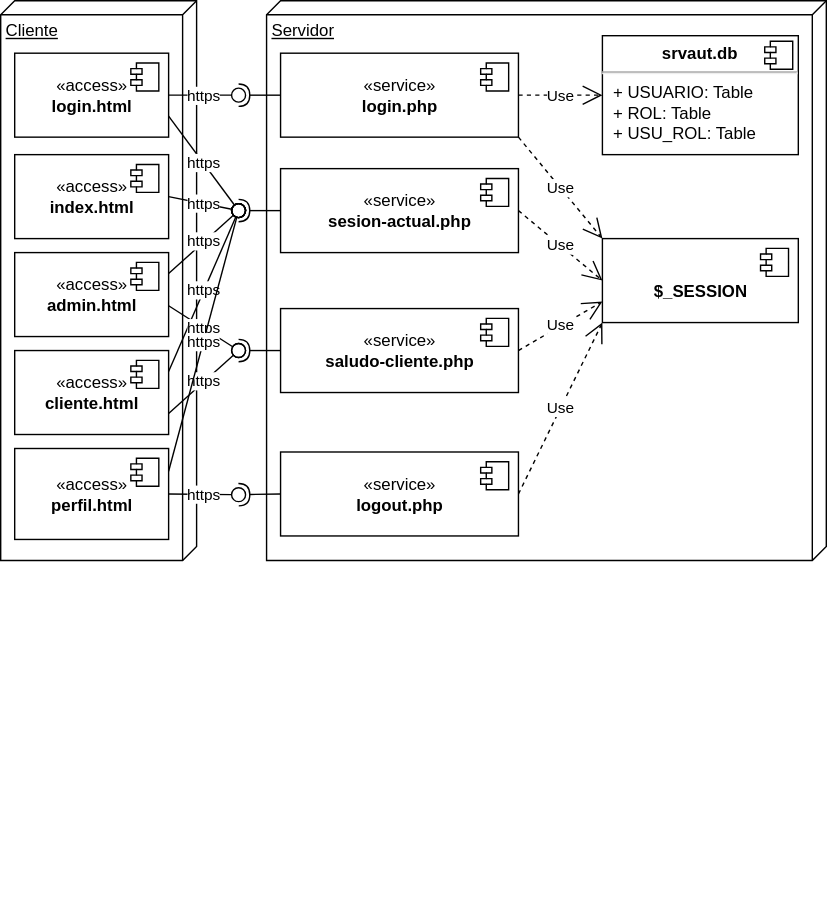
Above: docs/img/m19aut/autdeploy.drawio.svg in gilpgawoas/gilpgawoas.github.io (draw.io), before the change. Source tidied: cells renumbered, new cells last; positions are measured from the earlier drawing's top-left corner, leaving out a move shared by most shapes.
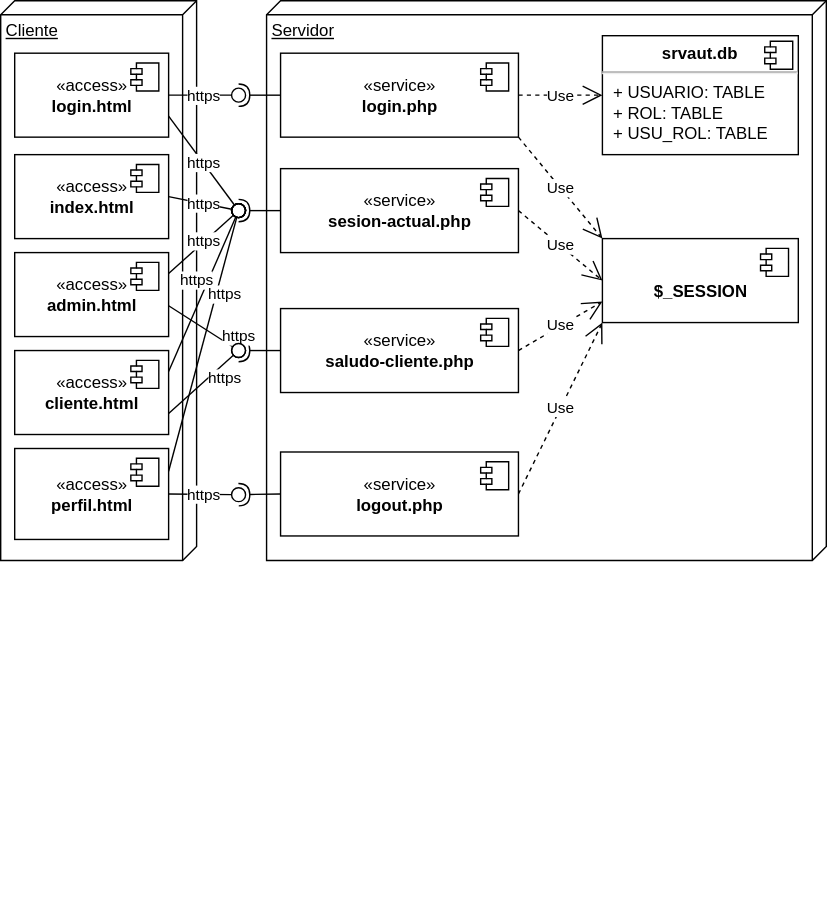
After the commit.

Diff of the diagram source:
```diff
@@ -30,7 +30,7 @@
     <mxCell id="9" value="Use" style="endArrow=open;endSize=12;dashed=1;html=1;rounded=0;exitX=1;exitY=0.5;exitDx=0;exitDy=0;entryX=0;entryY=0.75;entryDx=0;entryDy=0;" parent="1" edge="1" source="21" target="17">
       <mxGeometry relative="1" as="geometry" />
     </mxCell>
-    <mxCell id="10" value="&lt;p style=&quot;margin:0px;margin-top:6px;text-align:center;&quot;&gt;&lt;b&gt;srvaut.db&lt;/b&gt;&lt;/p&gt;&lt;hr&gt;&lt;p style=&quot;margin:0px;margin-left:8px;&quot;&gt;+ USUARIO: Table&lt;/p&gt;&lt;p style=&quot;margin:0px;margin-left:8px;&quot;&gt;+ ROL: Table&lt;/p&gt;&lt;p style=&quot;margin:0px;margin-left:8px;&quot;&gt;+ USU_ROL: Table&lt;/p&gt;" style="align=left;overflow=fill;html=1;" parent="1" vertex="1">
+    <mxCell id="10" value="&lt;p style=&quot;margin:0px;margin-top:6px;text-align:center;&quot;&gt;&lt;b&gt;srvaut.db&lt;/b&gt;&lt;/p&gt;&lt;hr&gt;&lt;p style=&quot;margin:0px;margin-left:8px;&quot;&gt;+ USUARIO: TABLE&lt;/p&gt;&lt;p style=&quot;margin:0px;margin-left:8px;&quot;&gt;+ ROL: TABLE&lt;/p&gt;&lt;p style=&quot;margin:0px;margin-left:8px;&quot;&gt;+ USU_ROL: TABLE&lt;/p&gt;" style="align=left;overflow=fill;html=1;" parent="1" vertex="1">
       <mxGeometry x="430" y="25" width="140" height="85" as="geometry" />
     </mxCell>
     <mxCell id="11" style="shape=component;jettyWidth=8;jettyHeight=4;" parent="10" vertex="1">
@@ -173,8 +173,9 @@
       <mxGeometry x="135" y="500" width="10" height="10" as="geometry" />
     </mxCell>
     <mxCell id="47" value="https" style="rounded=0;jettySize=auto;html=1;endArrow=oval;endFill=0;sketch=0;sourcePerimeterSpacing=0;targetPerimeterSpacing=0;endSize=10;exitX=1;exitY=0.25;exitDx=0;exitDy=0;" parent="1" edge="1" source="36">
-      <mxGeometry relative="1" as="geometry">
+      <mxGeometry x="0.08" y="8" relative="1" as="geometry">
         <mxPoint x="170" y="150" as="targetPoint" />
+        <mxPoint y="1" as="offset" />
       </mxGeometry>
     </mxCell>
     <mxCell id="48" style="ellipse;whiteSpace=wrap;html=1;align=center;fillColor=none;strokeColor=none;perimeter=centerPerimeter;" parent="1" vertex="1">
@@ -194,7 +195,7 @@
       </mxGeometry>
     </mxCell>
     <mxCell id="52" value="https" style="rounded=0;jettySize=auto;html=1;endArrow=oval;endFill=0;sketch=0;sourcePerimeterSpacing=0;targetPerimeterSpacing=0;endSize=10;exitX=1;exitY=0.633;exitDx=0;exitDy=0;exitPerimeter=0;" parent="1" edge="1" source="33">
-      <mxGeometry relative="1" as="geometry">
+      <mxGeometry x="0.82" y="8" relative="1" as="geometry">
         <mxPoint x="170" y="250" as="targetPoint" />
       </mxGeometry>
     </mxCell>
@@ -202,7 +203,7 @@
       <mxGeometry x="165" y="440" width="10" height="10" as="geometry" />
     </mxCell>
     <mxCell id="54" value="https" style="rounded=0;jettySize=auto;html=1;endArrow=oval;endFill=0;sketch=0;sourcePerimeterSpacing=0;targetPerimeterSpacing=0;endSize=10;exitX=1;exitY=0.75;exitDx=0;exitDy=0;" parent="1" edge="1" source="36">
-      <mxGeometry relative="1" as="geometry">
+      <mxGeometry x="0.38" y="-8" relative="1" as="geometry">
         <mxPoint x="170" y="250" as="targetPoint" />
       </mxGeometry>
     </mxCell>
@@ -223,7 +224,7 @@
       <mxGeometry x="395" y="410" width="10" height="10" as="geometry" />
     </mxCell>
     <mxCell id="59" value="https" style="rounded=0;jettySize=auto;html=1;endArrow=oval;endFill=0;sketch=0;sourcePerimeterSpacing=0;targetPerimeterSpacing=0;endSize=10;exitX=1;exitY=0.25;exitDx=0;exitDy=0;" parent="1" edge="1" source="3">
-      <mxGeometry relative="1" as="geometry">
+      <mxGeometry x="0.37" y="-6" relative="1" as="geometry">
         <mxPoint x="170" y="150" as="targetPoint" />
       </mxGeometry>
     </mxCell>
```
